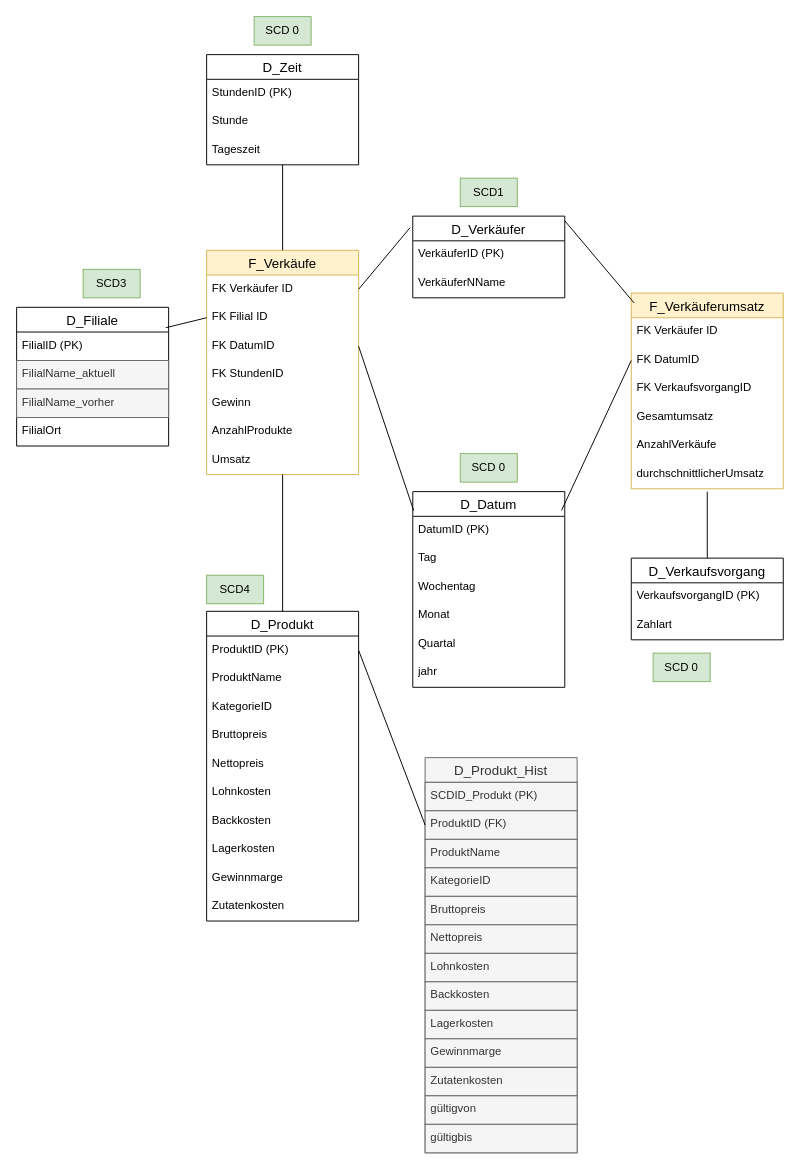
The draw.io diagram Galaxyschema_BrotZeit_mitSCD.drawio in Thoerchen/BackZeit, before the edit. Source tidied: cells renumbered, new cells numbered last; positions are measured from the earlier drawing's top-left corner, leaving out a move shared by most shapes. Both pictures are drawn from the tidied source at 95%, with x=0, y=0 at pixel (16, 16).
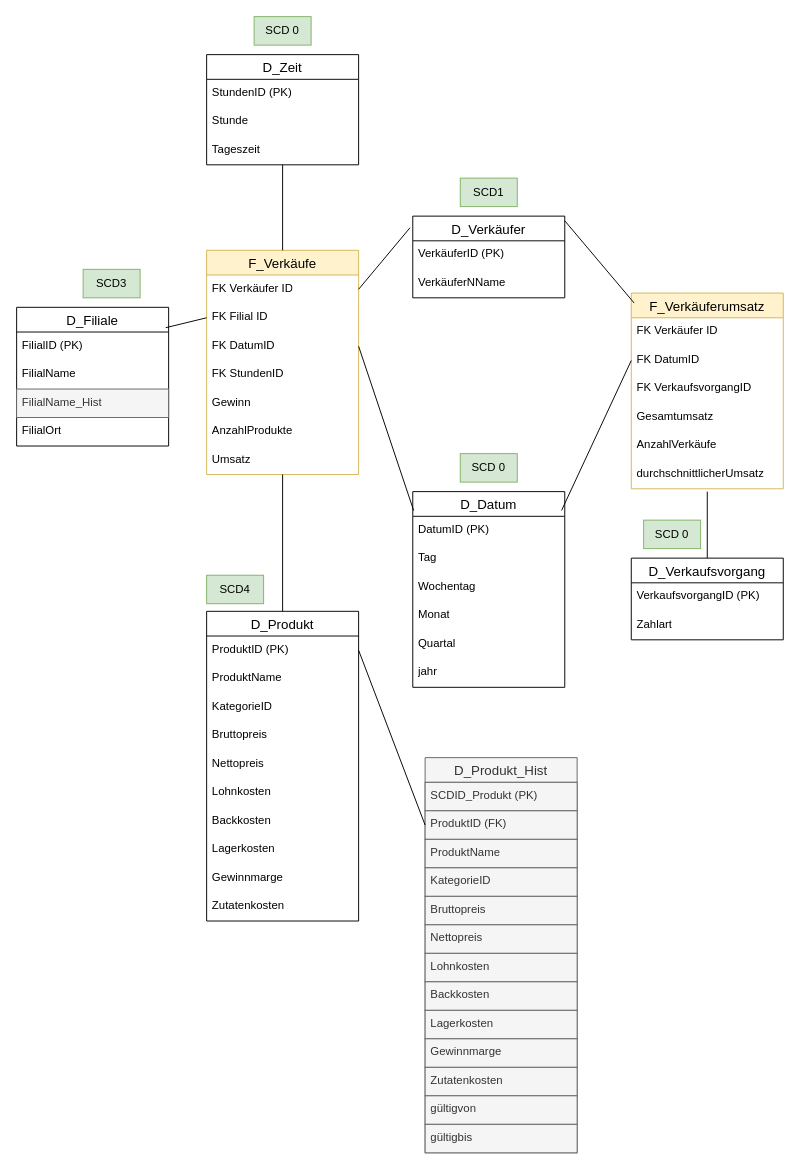
After the change.

Commit message:
updategalaxy+SCD

The change refers to these unchanged cells:
```xml
<mxCell id="13" value="D_Filiale" style="swimlane;fontStyle=0;horizontal=1;startSize=26;align=center;fontSize=14;" parent="1" vertex="1">
  <mxGeometry y="306" width="160" height="146" as="geometry" />
</mxCell>
```

Change to the diagram source:
```diff
@@
-    <mxCell id="15" value="FilialName_aktuell" style="text;strokeColor=#666666;fillColor=#f5f5f5;spacingLeft=4;spacingRight=4;overflow=hidden;fontSize=12;whiteSpace=wrap;html=1;fontColor=#333333;" parent="13" vertex="1">
+    <mxCell id="15" value="FilialName" style="text;spacingLeft=4;spacingRight=4;overflow=hidden;fontSize=12;whiteSpace=wrap;html=1;" parent="13" vertex="1">
       <mxGeometry y="56" width="160" height="30" as="geometry" />
     </mxCell>
-    <mxCell id="16" value="FilialName_vorher" style="text;strokeColor=#666666;fillColor=#f5f5f5;spacingLeft=4;spacingRight=4;overflow=hidden;fontSize=12;whiteSpace=wrap;html=1;fontColor=#333333;" parent="13" vertex="1">
+    <mxCell id="16" value="FilialName_Hist" style="text;strokeColor=#666666;fillColor=#f5f5f5;spacingLeft=4;spacingRight=4;overflow=hidden;fontSize=12;whiteSpace=wrap;html=1;fontColor=#333333;" parent="13" vertex="1">
       <mxGeometry y="86" width="160" height="30" as="geometry" />
     </mxCell>
@@
     <mxCell id="60" value="SCD 0" style="text;html=1;whiteSpace=wrap;strokeColor=#82b366;fillColor=#d5e8d4;align=center;verticalAlign=middle;rounded=0;" parent="1" vertex="1">
-      <mxGeometry x="670" y="670" width="60" height="30" as="geometry" />
+      <mxGeometry x="660" y="530" width="60" height="30" as="geometry" />
     </mxCell>
```
